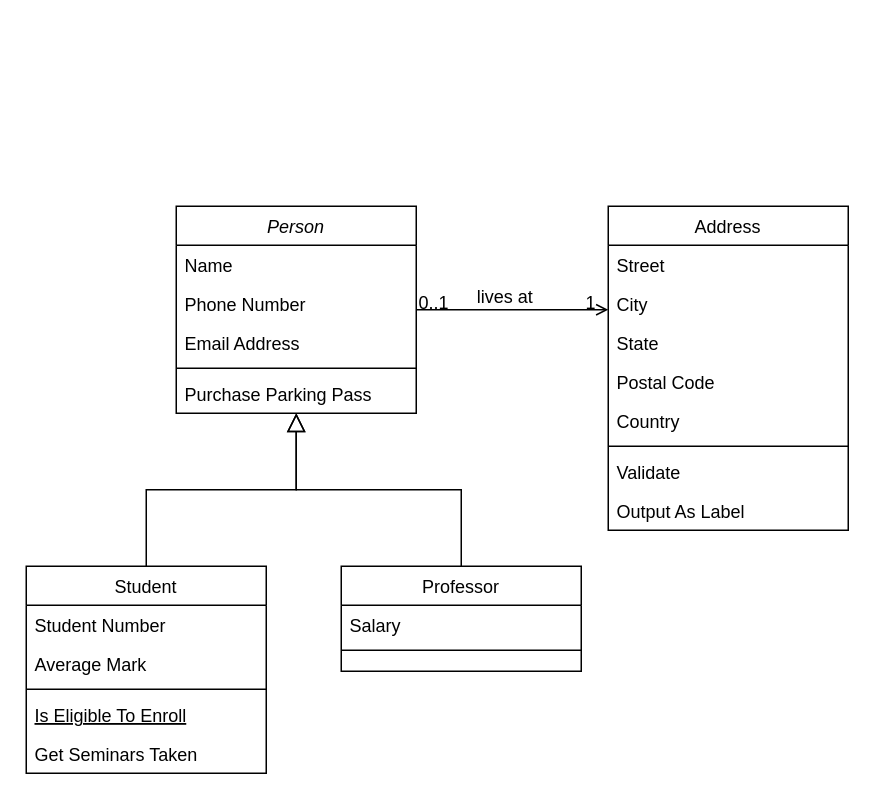
This is Untitled Diagram.drawio from Thirumurugan07/scrcopy, a draw.io file, before an edit. Source tidied: cells renumbered, new cells numbered last; positions are measured from the earlier drawing's top-left corner, leaving out a move shared by most shapes. Both pictures are drawn from the tidied source at 150%, with x=0, y=0 at pixel (26, 206).
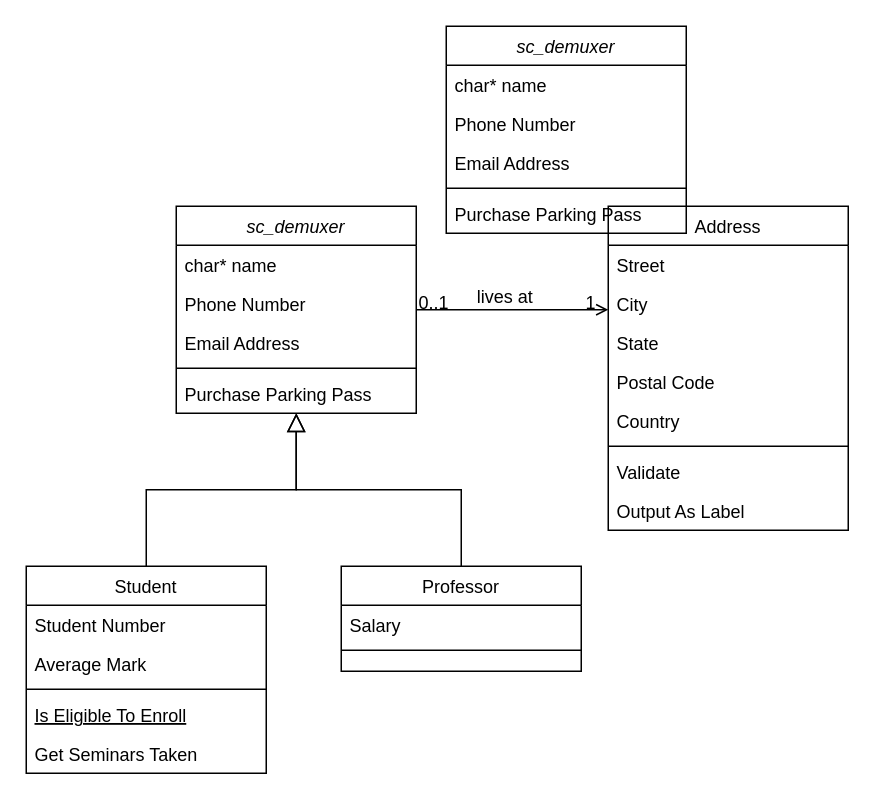
The same diagram, later.

The edit, as a diff of the source:
```diff
@@
-    <mxCell id="2" value="Person" style="swimlane;fontStyle=2;align=center;verticalAlign=top;horizontal=1;startSize=26;rounded=0;shadow=0;strokeWidth=1;" parent="1" vertex="1">
+    <mxCell id="2" value="sc_demuxer" style="swimlane;fontStyle=2;align=center;verticalAlign=top;horizontal=1;startSize=26;rounded=0;shadow=0;strokeWidth=1;" parent="1" vertex="1">
       <mxGeometry x="100" width="160" height="138" as="geometry" />
     </mxCell>
-    <mxCell id="3" value="Name" style="text;align=left;verticalAlign=top;spacingLeft=4;spacingRight=4;overflow=hidden;" parent="2" vertex="1">
+    <mxCell id="3" value="char* name" style="text;align=left;verticalAlign=top;spacingLeft=4;spacingRight=4;overflow=hidden;" parent="2" vertex="1">
       <mxGeometry y="26" width="160" height="26" as="geometry" />
     </mxCell>
@@
+    <mxCell id="32" value="sc_demuxer" style="swimlane;fontStyle=2;align=center;verticalAlign=top;horizontal=1;startSize=26;rounded=0;shadow=0;strokeWidth=1;" parent="1" vertex="1">
+      <mxGeometry x="280" y="-120" width="160" height="138" as="geometry" />
+    </mxCell>
+    <mxCell id="33" value="char* name" style="text;align=left;verticalAlign=top;spacingLeft=4;spacingRight=4;overflow=hidden;" parent="32" vertex="1">
+      <mxGeometry y="26" width="160" height="26" as="geometry" />
+    </mxCell>
+    <mxCell id="34" value="Phone Number" style="text;align=left;verticalAlign=top;spacingLeft=4;spacingRight=4;overflow=hidden;rounded=0;shadow=0;html=0;" parent="32" vertex="1">
+      <mxGeometry y="52" width="160" height="26" as="geometry" />
+    </mxCell>
+    <mxCell id="35" value="Email Address" style="text;align=left;verticalAlign=top;spacingLeft=4;spacingRight=4;overflow=hidden;rounded=0;shadow=0;html=0;" parent="32" vertex="1">
+      <mxGeometry y="78" width="160" height="26" as="geometry" />
+    </mxCell>
+    <mxCell id="36" style="line;html=1;strokeWidth=1;align=left;verticalAlign=middle;spacingTop=-1;spacingLeft=3;spacingRight=3;labelPosition=right;" parent="32" vertex="1">
+      <mxGeometry y="104" width="160" height="8" as="geometry" />
+    </mxCell>
+    <mxCell id="37" value="Purchase Parking Pass" style="text;align=left;verticalAlign=top;spacingLeft=4;spacingRight=4;overflow=hidden;" parent="32" vertex="1">
+      <mxGeometry y="112" width="160" height="26" as="geometry" />
+    </mxCell>
```
